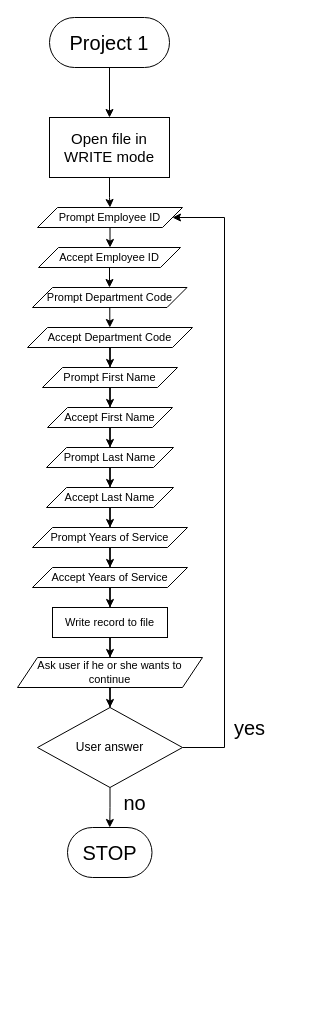
LavaLamp4708/CST8283_Project_1 keeps this draw.io diagram as Project_1_Flowchart.drawio. Above is the earlier version. Source tidied: cells renumbered, new cells numbered last; positions are measured from the earlier drawing's top-left corner, leaving out a move shared by most shapes. Both pictures are drawn from the tidied source at 100%, with x=0, y=0 at pixel (17, 17).
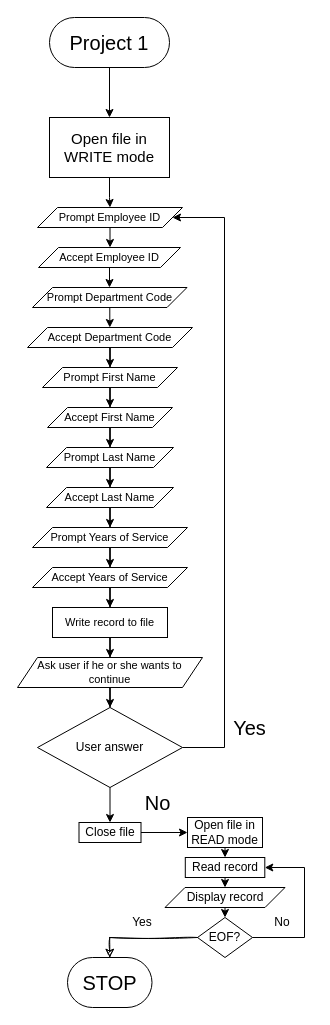
The same diagram, later.

The change refers to these unchanged cells:
```xml
<mxCell id="32" value="User answer" style="rhombus;whiteSpace=wrap;html=1;" parent="1" vertex="1">
  <mxGeometry x="20" y="690" width="145" height="80" as="geometry" />
</mxCell>
```

The edit, as a diff of the source:
```diff
@@
-    <mxCell id="30" style="edgeStyle=orthogonalEdgeStyle;rounded=0;jettySize=auto;html=1;entryX=0.5;entryY=0;entryDx=0;entryDy=0;" parent="1" edge="1" source="32" target="33">
-      <mxGeometry relative="1" as="geometry" />
-    </mxCell>
@@
     <mxCell id="33" value="STOP" style="rounded=1;whiteSpace=wrap;html=1;fontSize=20;arcSize=50;" parent="1" vertex="1">
-      <mxGeometry x="50" y="810" width="84.5" height="50" as="geometry" />
+      <mxGeometry x="50" y="940" width="84.5" height="50" as="geometry" />
     </mxCell>
-    <mxCell id="34" value="no" style="text;html=1;align=center;verticalAlign=middle;strokeColor=none;fillColor=none;fontSize=20;" parent="1" vertex="1">
-      <mxGeometry x="92" y="765" width="50" height="40" as="geometry" />
+    <mxCell id="34" value="No" style="text;html=1;align=center;verticalAlign=middle;strokeColor=none;fillColor=none;fontSize=20;" parent="1" vertex="1">
+      <mxGeometry x="115" y="765" width="50" height="40" as="geometry" />
     </mxCell>
-    <mxCell id="35" value="yes" style="text;html=1;align=center;verticalAlign=middle;strokeColor=none;fillColor=none;fontSize=20;" parent="1" vertex="1">
-      <mxGeometry x="207" y="690" width="50" height="40" as="geometry" />
+    <mxCell id="35" value="Yes" style="text;html=1;align=center;verticalAlign=middle;strokeColor=none;fillColor=none;fontSize=20;" parent="1" vertex="1">
+      <mxGeometry x="202" y="690" width="60" height="40" as="geometry" />
     </mxCell>
+    <mxCell id="36" value="Close file" style="rounded=0;whiteSpace=wrap;html=1;" parent="1" vertex="1">
+      <mxGeometry x="61.5" y="805" width="62" height="20" as="geometry" />
+    </mxCell>
+    <mxCell id="37" value="Open file in READ mode" style="rounded=0;whiteSpace=wrap;html=1;" parent="1" vertex="1">
+      <mxGeometry x="170" y="800" width="75" height="30" as="geometry" />
+    </mxCell>
+    <mxCell id="38" value="Read record" style="rounded=0;whiteSpace=wrap;html=1;" parent="1" vertex="1">
+      <mxGeometry x="167.8" y="840" width="79.5" height="20" as="geometry" />
+    </mxCell>
+    <mxCell id="39" value="Display record" style="shape=parallelogram;perimeter=parallelogramPerimeter;whiteSpace=wrap;html=1;fixedSize=1;" parent="1" vertex="1">
+      <mxGeometry x="147.5" y="870" width="120" height="20" as="geometry" />
+    </mxCell>
+    <mxCell id="40" value="EOF?" style="rhombus;whiteSpace=wrap;html=1;" parent="1" vertex="1">
+      <mxGeometry x="180" y="900" width="55" height="40" as="geometry" />
+    </mxCell>
+    <mxCell id="41" style="endArrow=classic;html=1;exitX=0.5;exitY=1;exitDx=0;exitDy=0;entryX=0.5;entryY=0;entryDx=0;entryDy=0;" parent="1" edge="1" source="32" target="36">
+      <mxGeometry relative="1" as="geometry" />
+    </mxCell>
+    <mxCell id="42" style="endArrow=classic;html=1;exitX=1;exitY=0.5;exitDx=0;exitDy=0;entryX=0;entryY=0.5;entryDx=0;entryDy=0;" parent="1" edge="1" source="36" target="37">
+      <mxGeometry relative="1" as="geometry" />
+    </mxCell>
+    <mxCell id="43" style="endArrow=classic;html=1;exitX=0.5;exitY=1;exitDx=0;exitDy=0;entryX=0.5;entryY=0;entryDx=0;entryDy=0;" parent="1" edge="1" source="37" target="38">
+      <mxGeometry relative="1" as="geometry" />
+    </mxCell>
+    <mxCell id="44" style="endArrow=classic;html=1;exitX=0.5;exitY=1;exitDx=0;exitDy=0;entryX=0.5;entryY=0;entryDx=0;entryDy=0;" parent="1" edge="1" source="38" target="39">
+      <mxGeometry relative="1" as="geometry" />
+    </mxCell>
+    <mxCell id="45" style="endArrow=classic;html=1;exitX=0.5;exitY=1;exitDx=0;exitDy=0;entryX=0.5;entryY=0;entryDx=0;entryDy=0;" parent="1" edge="1" source="39" target="40">
+      <mxGeometry relative="1" as="geometry" />
+    </mxCell>
+    <mxCell id="46" style="endArrow=classic;html=1;exitX=1;exitY=0.5;exitDx=0;exitDy=0;entryX=1;entryY=0.5;entryDx=0;entryDy=0;rounded=0;edgeStyle=orthogonalEdgeStyle;" parent="1" edge="1" source="40" target="38">
+      <mxGeometry relative="1" as="geometry">
+        <Array as="points">
+          <mxPoint x="287" y="920" />
+          <mxPoint x="287" y="850" />
+        </Array>
+      </mxGeometry>
+    </mxCell>
+    <mxCell id="47" value="No" style="text;html=1;strokeColor=none;fillColor=none;align=center;verticalAlign=middle;whiteSpace=wrap;rounded=0;" parent="1" vertex="1">
+      <mxGeometry x="235" y="890" width="60" height="30" as="geometry" />
+    </mxCell>
+    <mxCell id="48" style="endArrow=classic;html=1;rounded=0;sketch=1;exitX=0;exitY=0.5;exitDx=0;exitDy=0;entryX=0.5;entryY=0;entryDx=0;entryDy=0;endFill=1;edgeStyle=orthogonalEdgeStyle;" parent="1" edge="1" source="40" target="33">
+      <mxGeometry relative="1" as="geometry" />
+    </mxCell>
+    <mxCell id="49" value="Yes" style="text;html=1;strokeColor=none;fillColor=none;align=center;verticalAlign=middle;whiteSpace=wrap;rounded=0;" parent="1" vertex="1">
+      <mxGeometry x="95" y="890" width="60" height="30" as="geometry" />
+    </mxCell>
```
